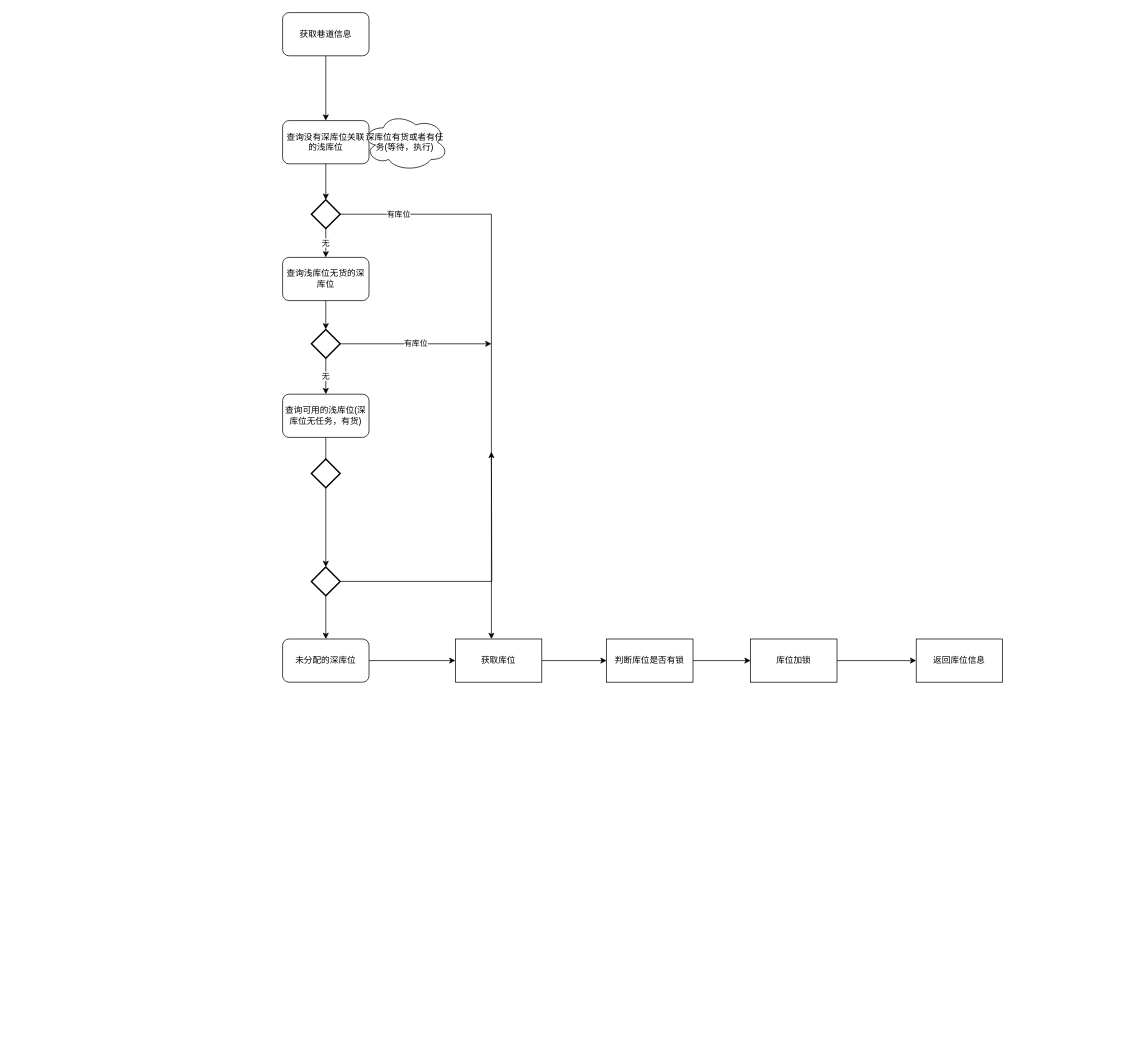
The draw.io diagram 默认双深入库策略.drawio in chenjunx/designpattern, before the edit. Source tidied: cells renumbered, new cells numbered last; positions are measured from the earlier drawing's top-left corner, leaving out a move shared by most shapes. Both pictures are drawn from the tidied source at 72%, with x=0, y=0 at pixel (282, 12).
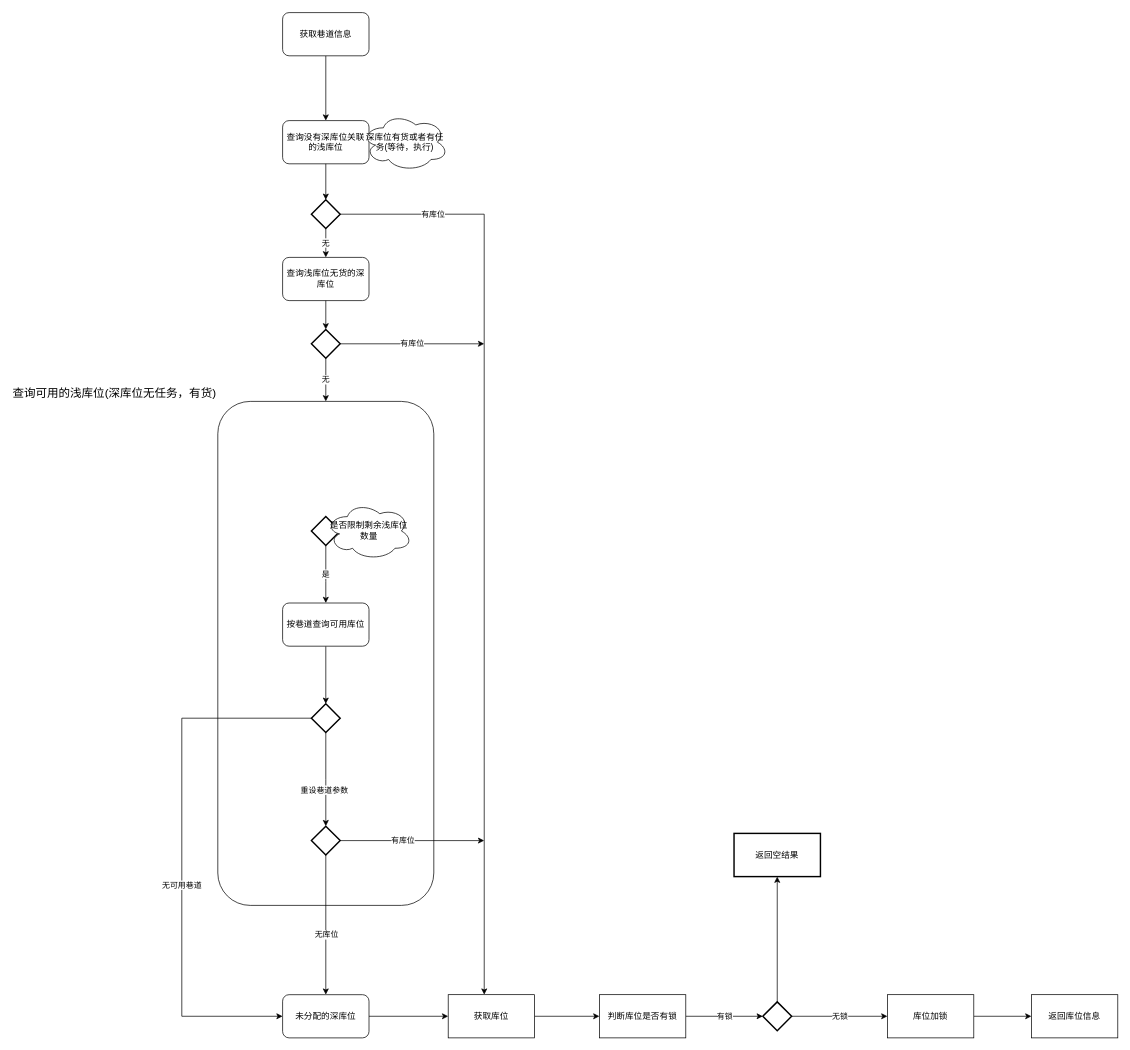
After the change.

Commit message:
更新默认双深入库策略.drawio

The change refers to these unchanged cells:
```xml
<mxCell id="26" style="strokeWidth=2;html=1;shape=mxgraph.flowchart.decision;whiteSpace=wrap;" parent="1" vertex="1">
  <mxGeometry x="40" y="440" width="40" height="40" as="geometry" />
</mxCell>
```

Change to the diagram source:
```diff
@@
-    <mxCell id="8" style="edgeStyle=orthogonalEdgeStyle;rounded=1;jettySize=auto;html=1;" parent="1" edge="1" source="29" target="11">
-      <mxGeometry relative="1" as="geometry" />
-    </mxCell>
-    <mxCell id="9" value="查询可用的浅库位(深库位无任务，有货)" style="rounded=1;whiteSpace=wrap;html=1;" parent="1" vertex="1">
-      <mxGeometry y="530" width="120" height="60" as="geometry" />
+    <mxCell id="9" value="查询可用的浅库位(深库位无任务，有货)" style="rounded=1;whiteSpace=wrap;html=1;verticalAlign=bottom;align=right;labelPosition=left;verticalLabelPosition=top;fontSize=16;" parent="1" vertex="1">
+      <mxGeometry x="-90" y="540" width="300" height="700" as="geometry" />
     </mxCell>
@@
     <mxCell id="11" value="未分配的深库位" style="rounded=1;whiteSpace=wrap;html=1;" parent="1" vertex="1">
-      <mxGeometry y="870" width="120" height="60" as="geometry" />
+      <mxGeometry y="1364" width="120" height="60" as="geometry" />
     </mxCell>
@@
     <mxCell id="14" value="获取库位" style="whiteSpace=wrap;html=1;rounded=0;" parent="1" vertex="1">
-      <mxGeometry x="240" y="870" width="120" height="60" as="geometry" />
+      <mxGeometry x="230" y="1364" width="120" height="60" as="geometry" />
     </mxCell>
-    <mxCell id="15" style="edgeStyle=orthogonalEdgeStyle;rounded=0;jettySize=auto;html=1;" parent="1" edge="1" source="16" target="18">
-      <mxGeometry relative="1" as="geometry" />
-    </mxCell>
+    <mxCell id="31" value="有锁" style="edgeStyle=orthogonalEdgeStyle;rounded=0;jettySize=auto;html=1;" parent="1" edge="1" source="16" target="47">
+      <mxGeometry relative="1" as="geometry" />
+    </mxCell>
     <mxCell id="16" value="判断库位是否有锁" style="whiteSpace=wrap;html=1;rounded=0;" parent="1" vertex="1">
-      <mxGeometry x="450" y="870" width="120" height="60" as="geometry" />
+      <mxGeometry x="440" y="1364" width="120" height="60" as="geometry" />
     </mxCell>
@@
     <mxCell id="18" value="库位加锁" style="whiteSpace=wrap;html=1;rounded=0;" parent="1" vertex="1">
-      <mxGeometry x="650" y="870" width="120" height="60" as="geometry" />
+      <mxGeometry x="840" y="1364" width="120" height="60" as="geometry" />
     </mxCell>
     <mxCell id="19" value="返回库位信息" style="whiteSpace=wrap;html=1;rounded=0;" parent="1" vertex="1">
-      <mxGeometry x="880" y="870" width="120" height="60" as="geometry" />
+      <mxGeometry x="1040" y="1364" width="120" height="60" as="geometry" />
     </mxCell>
@@
     <mxCell id="25" value="有库位" style="edgeStyle=orthogonalEdgeStyle;rounded=0;jettySize=auto;html=1;" parent="1" edge="1" source="26">
       <mxGeometry relative="1" as="geometry">
-        <mxPoint x="290" y="460" as="targetPoint" />
+        <mxPoint x="280" y="460" as="targetPoint" />
       </mxGeometry>
     </mxCell>
@@
-    <mxCell id="27" style="edgeStyle=orthogonalEdgeStyle;rounded=1;jettySize=auto;html=1;" parent="1" edge="1" source="9" target="29">
-      <mxGeometry relative="1" as="geometry" />
+    <mxCell id="27" value="是" style="edgeStyle=orthogonalEdgeStyle;rounded=1;jettySize=auto;html=1;" parent="1" edge="1" source="30">
+      <mxGeometry relative="1" as="geometry">
+        <mxPoint x="60" y="820" as="targetPoint" />
+      </mxGeometry>
     </mxCell>
-    <mxCell id="28" style="edgeStyle=orthogonalEdgeStyle;rounded=0;jettySize=auto;html=1;" parent="1" edge="1" source="29">
-      <mxGeometry relative="1" as="geometry">
-        <mxPoint x="290" y="610" as="targetPoint" />
-      </mxGeometry>
-    </mxCell>
-    <mxCell id="29" style="strokeWidth=2;html=1;shape=mxgraph.flowchart.decision;whiteSpace=wrap;" parent="1" vertex="1">
-      <mxGeometry x="40" y="770" width="40" height="40" as="geometry" />
-    </mxCell>
     <mxCell id="30" style="strokeWidth=2;html=1;shape=mxgraph.flowchart.decision;whiteSpace=wrap;" parent="1" vertex="1">
-      <mxGeometry x="40" y="620" width="40" height="40" as="geometry" />
+      <mxGeometry x="40" y="700" width="40" height="40" as="geometry" />
     </mxCell>
+    <mxCell id="32" value="是否限制剩余浅库位数量" style="ellipse;shape=cloud;whiteSpace=wrap;html=1;" parent="1" vertex="1">
+      <mxGeometry x="60" y="680" width="120" height="80" as="geometry" />
+    </mxCell>
+    <mxCell id="33" style="edgeStyle=orthogonalEdgeStyle;rounded=0;jettySize=auto;html=1;" parent="1" edge="1" source="34">
+      <mxGeometry relative="1" as="geometry">
+        <mxPoint x="60" y="960" as="targetPoint" />
+      </mxGeometry>
+    </mxCell>
+    <mxCell id="34" value="按巷道查询可用库位" style="rounded=1;whiteSpace=wrap;html=1;" parent="1" vertex="1">
+      <mxGeometry y="820" width="120" height="60" as="geometry" />
+    </mxCell>
+    <mxCell id="35" style="edgeStyle=orthogonalEdgeStyle;rounded=0;jettySize=auto;html=1;entryX=0;entryY=0.5;entryDx=0;entryDy=0;" parent="1" edge="1" source="39" target="11">
+      <mxGeometry relative="1" as="geometry">
+        <Array as="points">
+          <mxPoint x="-140" y="980" />
+          <mxPoint x="-140" y="1394" />
+        </Array>
+      </mxGeometry>
+    </mxCell>
+    <mxCell id="36" value="无可用巷道" style="edgeLabel;html=1;align=center;verticalAlign=middle;" parent="35" vertex="1">
+      <mxGeometry x="0.12" y="-1" relative="1" as="geometry" />
+    </mxCell>
+    <mxCell id="37" style="edgeStyle=orthogonalEdgeStyle;rounded=0;jettySize=auto;html=1;" parent="1" edge="1" source="39">
+      <mxGeometry relative="1" as="geometry">
+        <mxPoint x="60" y="1130" as="targetPoint" />
+      </mxGeometry>
+    </mxCell>
+    <mxCell id="38" value="重设巷道参数" style="edgeLabel;html=1;align=center;verticalAlign=middle;" parent="37" vertex="1">
+      <mxGeometry x="0.22" y="-3" relative="1" as="geometry" />
+    </mxCell>
+    <mxCell id="39" style="strokeWidth=2;html=1;shape=mxgraph.flowchart.decision;whiteSpace=wrap;" parent="1" vertex="1">
+      <mxGeometry x="40" y="960" width="40" height="40" as="geometry" />
+    </mxCell>
+    <mxCell id="40" style="edgeStyle=orthogonalEdgeStyle;rounded=0;jettySize=auto;html=1;" parent="1" edge="1" source="44">
+      <mxGeometry relative="1" as="geometry">
+        <mxPoint x="280" y="1150" as="targetPoint" />
+      </mxGeometry>
+    </mxCell>
+    <mxCell id="41" value="有库位" style="edgeLabel;html=1;align=center;verticalAlign=middle;" parent="40" vertex="1">
+      <mxGeometry x="-0.14" y="1" relative="1" as="geometry" />
+    </mxCell>
+    <mxCell id="42" style="edgeStyle=orthogonalEdgeStyle;rounded=0;jettySize=auto;html=1;entryX=0.5;entryY=0;entryDx=0;entryDy=0;" parent="1" edge="1" source="44" target="11">
+      <mxGeometry relative="1" as="geometry" />
+    </mxCell>
+    <mxCell id="43" value="无库位" style="edgeLabel;html=1;align=center;verticalAlign=middle;" parent="42" vertex="1">
+      <mxGeometry x="0.13" relative="1" as="geometry" />
+    </mxCell>
+    <mxCell id="44" style="strokeWidth=2;html=1;shape=mxgraph.flowchart.decision;whiteSpace=wrap;" parent="1" vertex="1">
+      <mxGeometry x="40" y="1130" width="40" height="40" as="geometry" />
+    </mxCell>
+    <mxCell id="45" style="edgeStyle=orthogonalEdgeStyle;rounded=0;jettySize=auto;html=1;" parent="1" edge="1" source="47" target="48">
+      <mxGeometry relative="1" as="geometry" />
+    </mxCell>
+    <mxCell id="46" value="无锁" style="edgeStyle=orthogonalEdgeStyle;rounded=0;jettySize=auto;html=1;entryX=0;entryY=0.5;entryDx=0;entryDy=0;" parent="1" edge="1" source="47" target="18">
+      <mxGeometry relative="1" as="geometry" />
+    </mxCell>
+    <mxCell id="47" style="strokeWidth=2;html=1;shape=mxgraph.flowchart.decision;whiteSpace=wrap;" parent="1" vertex="1">
+      <mxGeometry x="667" y="1374" width="40" height="40" as="geometry" />
+    </mxCell>
+    <mxCell id="48" value="返回空结果" style="whiteSpace=wrap;html=1;strokeWidth=2;" parent="1" vertex="1">
+      <mxGeometry x="627" y="1140" width="120" height="60" as="geometry" />
+    </mxCell>
```
